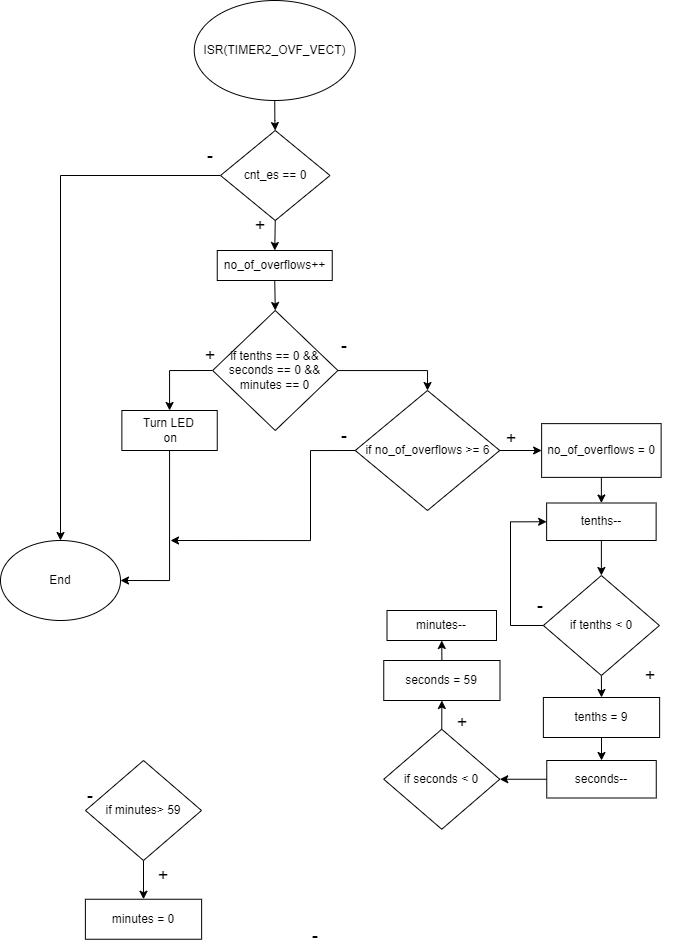
Earlier version of the draw.io export project1/timer.drawio.png (OndraFoltyn/digital-electronics-2). Source tidied: cells renumbered, new cells last; positions are measured from the earlier drawing's top-left corner, leaving out a move shared by most shapes. Its diagram source:
```xml
<mxGraphModel>
  <root>
    <mxCell id="0" />
    <mxCell id="1" parent="0" />
    <mxCell id="2" style="edgeStyle=orthogonalEdgeStyle;rounded=0;jettySize=auto;html=1;" parent="1" edge="1" source="3" target="6">
      <mxGeometry relative="1" as="geometry" />
    </mxCell>
    <mxCell id="3" value="ISR(TIMER2_OVF_VECT)" style="ellipse;whiteSpace=wrap;html=1;" parent="1" vertex="1">
      <mxGeometry x="193.8" width="161" height="100" as="geometry" />
    </mxCell>
    <mxCell id="4" style="edgeStyle=orthogonalEdgeStyle;rounded=0;jettySize=auto;html=1;exitX=0;exitY=0.5;exitDx=0;exitDy=0;" parent="1" edge="1" source="6" target="12">
      <mxGeometry relative="1" as="geometry" />
    </mxCell>
    <mxCell id="5" style="edgeStyle=orthogonalEdgeStyle;rounded=0;jettySize=auto;html=1;exitX=0.5;exitY=1;exitDx=0;exitDy=0;entryX=0.5;entryY=0;entryDx=0;entryDy=0;" parent="1" edge="1" source="6" target="8">
      <mxGeometry relative="1" as="geometry" />
    </mxCell>
    <mxCell id="6" value="cnt_es == 0" style="rhombus;whiteSpace=wrap;html=1;" parent="1" vertex="1">
      <mxGeometry x="220" y="130" width="109.5" height="90" as="geometry" />
    </mxCell>
    <mxCell id="7" style="edgeStyle=orthogonalEdgeStyle;rounded=0;jettySize=auto;html=1;exitX=0.5;exitY=1;exitDx=0;exitDy=0;entryX=0.5;entryY=0;entryDx=0;entryDy=0;" parent="1" edge="1" source="8" target="44">
      <mxGeometry relative="1" as="geometry" />
    </mxCell>
    <mxCell id="8" value="no_of_overflows++" style="whiteSpace=wrap;html=1;" parent="1" vertex="1">
      <mxGeometry x="216.8" y="250" width="115" height="30" as="geometry" />
    </mxCell>
    <mxCell id="9" style="edgeStyle=orthogonalEdgeStyle;rounded=0;jettySize=auto;html=1;exitX=0;exitY=0.5;exitDx=0;exitDy=0;" parent="1" edge="1" source="11">
      <mxGeometry relative="1" as="geometry">
        <mxPoint x="170" y="540" as="targetPoint" />
        <Array as="points">
          <mxPoint x="310" y="450" />
          <mxPoint x="310" y="540" />
        </Array>
      </mxGeometry>
    </mxCell>
    <mxCell id="10" style="edgeStyle=orthogonalEdgeStyle;rounded=0;jettySize=auto;html=1;exitX=1;exitY=0.5;exitDx=0;exitDy=0;entryX=0;entryY=0.5;entryDx=0;entryDy=0;" parent="1" edge="1" source="11" target="18">
      <mxGeometry relative="1" as="geometry" />
    </mxCell>
    <mxCell id="11" value="if no_of_overflows &amp;gt;= 6" style="rhombus;whiteSpace=wrap;html=1;" parent="1" vertex="1">
      <mxGeometry x="354.8" y="390" width="144.5" height="120" as="geometry" />
    </mxCell>
    <mxCell id="12" value="End" style="ellipse;whiteSpace=wrap;html=1;" parent="1" vertex="1">
      <mxGeometry y="540" width="120" height="80" as="geometry" />
    </mxCell>
    <mxCell id="13" value="&lt;font style=&quot;font-size: 18px;&quot;&gt;-&lt;/font&gt;" style="text;html=1;strokeColor=none;fillColor=none;align=center;verticalAlign=middle;whiteSpace=wrap;rounded=0;" parent="1" vertex="1">
      <mxGeometry x="180" y="140" width="60" height="30" as="geometry" />
    </mxCell>
    <mxCell id="14" value="&lt;font style=&quot;font-size: 18px;&quot;&gt;-&lt;/font&gt;" style="text;html=1;strokeColor=none;fillColor=none;align=center;verticalAlign=middle;whiteSpace=wrap;rounded=0;" parent="1" vertex="1">
      <mxGeometry x="314" y="420" width="60" height="30" as="geometry" />
    </mxCell>
    <mxCell id="15" value="&lt;font style=&quot;font-size: 18px;&quot;&gt;+&lt;/font&gt;" style="text;html=1;strokeColor=none;fillColor=none;align=center;verticalAlign=middle;whiteSpace=wrap;rounded=0;" parent="1" vertex="1">
      <mxGeometry x="230" y="210" width="60" height="30" as="geometry" />
    </mxCell>
    <mxCell id="16" value="&lt;font style=&quot;font-size: 18px;&quot;&gt;+&lt;/font&gt;" style="text;html=1;strokeColor=none;fillColor=none;align=center;verticalAlign=middle;whiteSpace=wrap;rounded=0;" parent="1" vertex="1">
      <mxGeometry x="481.1" y="423.1" width="60" height="30" as="geometry" />
    </mxCell>
    <mxCell id="17" style="edgeStyle=orthogonalEdgeStyle;rounded=0;jettySize=auto;html=1;exitX=0.5;exitY=1;exitDx=0;exitDy=0;entryX=0.5;entryY=0;entryDx=0;entryDy=0;" parent="1" edge="1" source="18" target="20">
      <mxGeometry relative="1" as="geometry" />
    </mxCell>
    <mxCell id="18" value="no_of_overflows = 0" style="whiteSpace=wrap;html=1;" parent="1" vertex="1">
      <mxGeometry x="541.1" y="423.1" width="119.5" height="53.8" as="geometry" />
    </mxCell>
    <mxCell id="19" style="edgeStyle=orthogonalEdgeStyle;rounded=0;jettySize=auto;html=1;exitX=0.5;exitY=1;exitDx=0;exitDy=0;entryX=0.5;entryY=0;entryDx=0;entryDy=0;" parent="1" edge="1" source="20" target="23">
      <mxGeometry relative="1" as="geometry" />
    </mxCell>
    <mxCell id="20" value="tenths--" style="whiteSpace=wrap;html=1;" parent="1" vertex="1">
      <mxGeometry x="546.1" y="502.5" width="109.5" height="37.5" as="geometry" />
    </mxCell>
    <mxCell id="21" style="edgeStyle=orthogonalEdgeStyle;rounded=0;jettySize=auto;html=1;exitX=0.5;exitY=1;exitDx=0;exitDy=0;entryX=0.5;entryY=0;entryDx=0;entryDy=0;" parent="1" edge="1" source="23" target="26">
      <mxGeometry relative="1" as="geometry" />
    </mxCell>
    <mxCell id="22" style="edgeStyle=orthogonalEdgeStyle;rounded=0;jettySize=auto;html=1;exitX=0;exitY=0.5;exitDx=0;exitDy=0;entryX=0;entryY=0.5;entryDx=0;entryDy=0;" parent="1" edge="1" source="23" target="20">
      <mxGeometry relative="1" as="geometry">
        <Array as="points">
          <mxPoint x="510" y="625" />
          <mxPoint x="510" y="521" />
        </Array>
      </mxGeometry>
    </mxCell>
    <mxCell id="23" value="if tenths &amp;lt; 0" style="rhombus;whiteSpace=wrap;html=1;rounded=0;" parent="1" vertex="1">
      <mxGeometry x="542.9" y="575" width="116" height="100" as="geometry" />
    </mxCell>
    <mxCell id="24" value="&lt;font style=&quot;font-size: 18px;&quot;&gt;-&lt;/font&gt;" style="text;html=1;strokeColor=none;fillColor=none;align=center;verticalAlign=middle;whiteSpace=wrap;rounded=0;" parent="1" vertex="1">
      <mxGeometry x="510" y="590" width="60" height="30" as="geometry" />
    </mxCell>
    <mxCell id="25" style="edgeStyle=orthogonalEdgeStyle;rounded=0;jettySize=auto;html=1;exitX=0.5;exitY=1;exitDx=0;exitDy=0;entryX=0.5;entryY=0;entryDx=0;entryDy=0;" parent="1" edge="1" source="26" target="28">
      <mxGeometry relative="1" as="geometry" />
    </mxCell>
    <mxCell id="26" value="tenths = 9" style="whiteSpace=wrap;html=1;rounded=0;" parent="1" vertex="1">
      <mxGeometry x="542.9" y="697" width="116.2" height="40" as="geometry" />
    </mxCell>
    <mxCell id="27" style="edgeStyle=orthogonalEdgeStyle;rounded=0;jettySize=auto;html=1;exitX=0;exitY=0.5;exitDx=0;exitDy=0;entryX=1;entryY=0.5;entryDx=0;entryDy=0;" parent="1" edge="1" source="28" target="30">
      <mxGeometry relative="1" as="geometry" />
    </mxCell>
    <mxCell id="28" value="seconds--" style="whiteSpace=wrap;html=1;" parent="1" vertex="1">
      <mxGeometry x="546.3" y="760" width="109.5" height="37.5" as="geometry" />
    </mxCell>
    <mxCell id="29" style="edgeStyle=orthogonalEdgeStyle;rounded=0;jettySize=auto;html=1;exitX=0.5;exitY=0;exitDx=0;exitDy=0;entryX=0.5;entryY=1;entryDx=0;entryDy=0;" parent="1" edge="1" source="30" target="32">
      <mxGeometry relative="1" as="geometry" />
    </mxCell>
    <mxCell id="30" value="if seconds &amp;lt; 0" style="rhombus;whiteSpace=wrap;html=1;rounded=0;" parent="1" vertex="1">
      <mxGeometry x="383.2" y="728.8" width="116" height="100" as="geometry" />
    </mxCell>
    <mxCell id="31" style="edgeStyle=orthogonalEdgeStyle;rounded=0;jettySize=auto;html=1;exitX=0.5;exitY=0;exitDx=0;exitDy=0;entryX=0.5;entryY=1;entryDx=0;entryDy=0;" parent="1" edge="1" source="32" target="33">
      <mxGeometry relative="1" as="geometry" />
    </mxCell>
    <mxCell id="32" value="seconds = 59" style="whiteSpace=wrap;html=1;rounded=0;" parent="1" vertex="1">
      <mxGeometry x="383.2" y="660" width="116.2" height="40" as="geometry" />
    </mxCell>
    <mxCell id="33" value="minutes--" style="whiteSpace=wrap;html=1;" parent="1" vertex="1">
      <mxGeometry x="386.5" y="610" width="109.5" height="30" as="geometry" />
    </mxCell>
    <mxCell id="34" style="edgeStyle=orthogonalEdgeStyle;rounded=0;jettySize=auto;html=1;exitX=0.5;exitY=1;exitDx=0;exitDy=0;entryX=0.5;entryY=0;entryDx=0;entryDy=0;fontSize=18;" parent="1" edge="1" source="35" target="36">
      <mxGeometry relative="1" as="geometry" />
    </mxCell>
    <mxCell id="35" value="if minutes&amp;gt; 59" style="rhombus;whiteSpace=wrap;html=1;rounded=0;" parent="1" vertex="1">
      <mxGeometry x="85" y="760" width="116" height="100" as="geometry" />
    </mxCell>
    <mxCell id="36" value="minutes&amp;nbsp;= 0" style="whiteSpace=wrap;html=1;rounded=0;" parent="1" vertex="1">
      <mxGeometry x="84.9" y="898.8" width="116.2" height="40" as="geometry" />
    </mxCell>
    <mxCell id="37" value="&lt;font style=&quot;font-size: 18px;&quot;&gt;-&lt;/font&gt;" style="text;html=1;strokeColor=none;fillColor=none;align=center;verticalAlign=middle;whiteSpace=wrap;rounded=0;" parent="1" vertex="1">
      <mxGeometry x="284.8" y="920" width="60" height="30" as="geometry" />
    </mxCell>
    <mxCell id="38" value="&lt;font style=&quot;font-size: 18px;&quot;&gt;-&lt;/font&gt;" style="text;html=1;strokeColor=none;fillColor=none;align=center;verticalAlign=middle;whiteSpace=wrap;rounded=0;" parent="1" vertex="1">
      <mxGeometry x="60" y="780" width="60" height="30" as="geometry" />
    </mxCell>
    <mxCell id="39" value="&lt;font style=&quot;font-size: 18px;&quot;&gt;+&lt;/font&gt;" style="text;html=1;strokeColor=none;fillColor=none;align=center;verticalAlign=middle;whiteSpace=wrap;rounded=0;" parent="1" vertex="1">
      <mxGeometry x="620" y="660" width="60" height="30" as="geometry" />
    </mxCell>
    <mxCell id="40" value="&lt;font style=&quot;font-size: 18px;&quot;&gt;+&lt;/font&gt;" style="text;html=1;strokeColor=none;fillColor=none;align=center;verticalAlign=middle;whiteSpace=wrap;rounded=0;" parent="1" vertex="1">
      <mxGeometry x="430" y="707" width="64" height="30" as="geometry" />
    </mxCell>
    <mxCell id="41" value="&lt;font style=&quot;font-size: 18px;&quot;&gt;+&lt;/font&gt;" style="text;html=1;strokeColor=none;fillColor=none;align=center;verticalAlign=middle;whiteSpace=wrap;rounded=0;" parent="1" vertex="1">
      <mxGeometry x="132.5" y="860" width="60" height="30" as="geometry" />
    </mxCell>
    <mxCell id="42" style="edgeStyle=orthogonalEdgeStyle;rounded=0;jettySize=auto;html=1;exitX=0;exitY=0.5;exitDx=0;exitDy=0;entryX=0.5;entryY=0;entryDx=0;entryDy=0;" parent="1" edge="1" source="44" target="46">
      <mxGeometry relative="1" as="geometry" />
    </mxCell>
    <mxCell id="43" style="edgeStyle=orthogonalEdgeStyle;rounded=0;jettySize=auto;html=1;entryX=0.5;entryY=0;entryDx=0;entryDy=0;" parent="1" edge="1" source="44" target="11">
      <mxGeometry relative="1" as="geometry" />
    </mxCell>
    <mxCell id="44" value="if tenths == 0 &amp;amp;&amp;amp; seconds == 0 &amp;amp;&amp;amp; minutes == 0" style="rhombus;whiteSpace=wrap;html=1;" parent="1" vertex="1">
      <mxGeometry x="212.1" y="310" width="125.2" height="120" as="geometry" />
    </mxCell>
    <mxCell id="45" style="edgeStyle=orthogonalEdgeStyle;rounded=0;jettySize=auto;html=1;exitX=0.5;exitY=1;exitDx=0;exitDy=0;entryX=1;entryY=0.5;entryDx=0;entryDy=0;" parent="1" edge="1" source="46" target="12">
      <mxGeometry relative="1" as="geometry" />
    </mxCell>
    <mxCell id="46" value="Turn LED&lt;br&gt;&amp;nbsp;on" style="rounded=0;whiteSpace=wrap;html=1;" parent="1" vertex="1">
      <mxGeometry x="121.4" y="410" width="95.4" height="40" as="geometry" />
    </mxCell>
    <mxCell id="47" value="&lt;font style=&quot;font-size: 18px;&quot;&gt;+&lt;/font&gt;" style="text;html=1;strokeColor=none;fillColor=none;align=center;verticalAlign=middle;whiteSpace=wrap;rounded=0;" parent="1" vertex="1">
      <mxGeometry x="180" y="340" width="60" height="30" as="geometry" />
    </mxCell>
    <mxCell id="48" value="&lt;font style=&quot;font-size: 18px;&quot;&gt;-&lt;/font&gt;" style="text;html=1;strokeColor=none;fillColor=none;align=center;verticalAlign=middle;whiteSpace=wrap;rounded=0;" parent="1" vertex="1">
      <mxGeometry x="314" y="330" width="60" height="30" as="geometry" />
    </mxCell>
  </root>
</mxGraphModel>
```
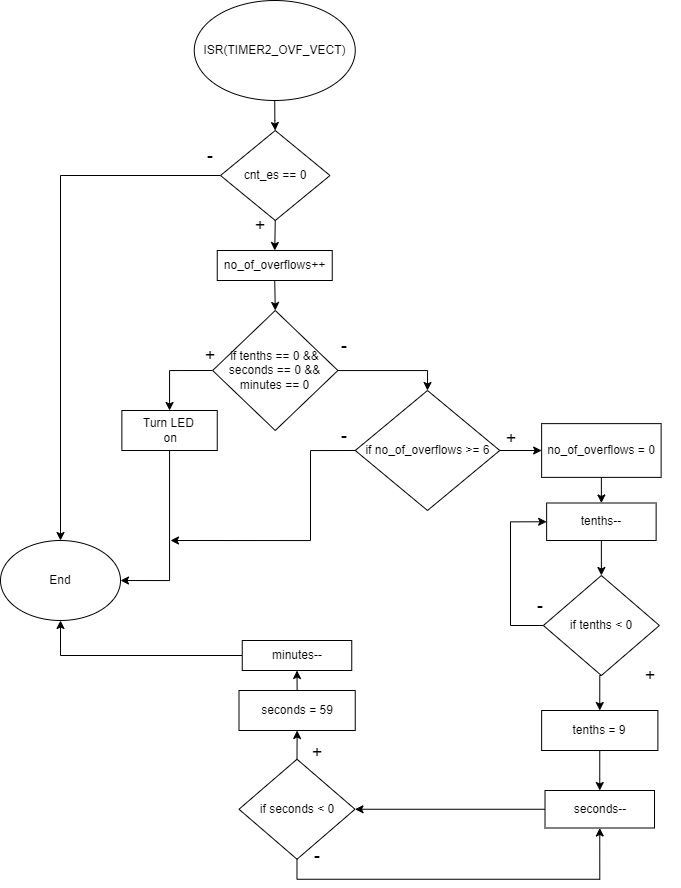
Above is the later version.

The edit, as a diff of the source:
```diff
@@ -86,53 +86,44 @@
       <mxGeometry relative="1" as="geometry" />
     </mxCell>
     <mxCell id="26" value="tenths = 9" style="whiteSpace=wrap;html=1;rounded=0;" parent="1" vertex="1">
-      <mxGeometry x="542.9" y="697" width="116.2" height="40" as="geometry" />
+      <mxGeometry x="541.1" y="710" width="116.2" height="40" as="geometry" />
     </mxCell>
     <mxCell id="27" style="edgeStyle=orthogonalEdgeStyle;rounded=0;jettySize=auto;html=1;exitX=0;exitY=0.5;exitDx=0;exitDy=0;entryX=1;entryY=0.5;entryDx=0;entryDy=0;" parent="1" edge="1" source="28" target="30">
       <mxGeometry relative="1" as="geometry" />
     </mxCell>
     <mxCell id="28" value="seconds--" style="whiteSpace=wrap;html=1;" parent="1" vertex="1">
-      <mxGeometry x="546.3" y="760" width="109.5" height="37.5" as="geometry" />
+      <mxGeometry x="544.5" y="790" width="109.5" height="37.5" as="geometry" />
     </mxCell>
     <mxCell id="29" style="edgeStyle=orthogonalEdgeStyle;rounded=0;jettySize=auto;html=1;exitX=0.5;exitY=0;exitDx=0;exitDy=0;entryX=0.5;entryY=1;entryDx=0;entryDy=0;" parent="1" edge="1" source="30" target="32">
       <mxGeometry relative="1" as="geometry" />
     </mxCell>
+    <mxCell id="49" style="edgeStyle=orthogonalEdgeStyle;rounded=0;jettySize=auto;html=1;exitX=0.5;exitY=1;exitDx=0;exitDy=0;entryX=0.5;entryY=1;entryDx=0;entryDy=0;" parent="1" edge="1" source="30" target="28">
+      <mxGeometry relative="1" as="geometry" />
+    </mxCell>
     <mxCell id="30" value="if seconds &amp;lt; 0" style="rhombus;whiteSpace=wrap;html=1;rounded=0;" parent="1" vertex="1">
-      <mxGeometry x="383.2" y="728.8" width="116" height="100" as="geometry" />
+      <mxGeometry x="238.5" y="758.8" width="116" height="100" as="geometry" />
     </mxCell>
     <mxCell id="31" style="edgeStyle=orthogonalEdgeStyle;rounded=0;jettySize=auto;html=1;exitX=0.5;exitY=0;exitDx=0;exitDy=0;entryX=0.5;entryY=1;entryDx=0;entryDy=0;" parent="1" edge="1" source="32" target="33">
       <mxGeometry relative="1" as="geometry" />
     </mxCell>
     <mxCell id="32" value="seconds = 59" style="whiteSpace=wrap;html=1;rounded=0;" parent="1" vertex="1">
-      <mxGeometry x="383.2" y="660" width="116.2" height="40" as="geometry" />
+      <mxGeometry x="238.5" y="690" width="116.2" height="40" as="geometry" />
     </mxCell>
+    <mxCell id="50" style="edgeStyle=orthogonalEdgeStyle;rounded=0;jettySize=auto;html=1;exitX=0;exitY=0.5;exitDx=0;exitDy=0;entryX=0.5;entryY=1;entryDx=0;entryDy=0;" parent="1" edge="1" source="33" target="12">
+      <mxGeometry relative="1" as="geometry" />
+    </mxCell>
     <mxCell id="33" value="minutes--" style="whiteSpace=wrap;html=1;" parent="1" vertex="1">
-      <mxGeometry x="386.5" y="610" width="109.5" height="30" as="geometry" />
+      <mxGeometry x="241.8" y="640" width="109.5" height="30" as="geometry" />
     </mxCell>
-    <mxCell id="34" style="edgeStyle=orthogonalEdgeStyle;rounded=0;jettySize=auto;html=1;exitX=0.5;exitY=1;exitDx=0;exitDy=0;entryX=0.5;entryY=0;entryDx=0;entryDy=0;fontSize=18;" parent="1" edge="1" source="35" target="36">
-      <mxGeometry relative="1" as="geometry" />
-    </mxCell>
-    <mxCell id="35" value="if minutes&amp;gt; 59" style="rhombus;whiteSpace=wrap;html=1;rounded=0;" parent="1" vertex="1">
-      <mxGeometry x="85" y="760" width="116" height="100" as="geometry" />
-    </mxCell>
-    <mxCell id="36" value="minutes&amp;nbsp;= 0" style="whiteSpace=wrap;html=1;rounded=0;" parent="1" vertex="1">
-      <mxGeometry x="84.9" y="898.8" width="116.2" height="40" as="geometry" />
-    </mxCell>
     <mxCell id="37" value="&lt;font style=&quot;font-size: 18px;&quot;&gt;-&lt;/font&gt;" style="text;html=1;strokeColor=none;fillColor=none;align=center;verticalAlign=middle;whiteSpace=wrap;rounded=0;" parent="1" vertex="1">
-      <mxGeometry x="284.8" y="920" width="60" height="30" as="geometry" />
+      <mxGeometry x="287.2" y="840" width="60" height="30" as="geometry" />
     </mxCell>
-    <mxCell id="38" value="&lt;font style=&quot;font-size: 18px;&quot;&gt;-&lt;/font&gt;" style="text;html=1;strokeColor=none;fillColor=none;align=center;verticalAlign=middle;whiteSpace=wrap;rounded=0;" parent="1" vertex="1">
-      <mxGeometry x="60" y="780" width="60" height="30" as="geometry" />
-    </mxCell>
     <mxCell id="39" value="&lt;font style=&quot;font-size: 18px;&quot;&gt;+&lt;/font&gt;" style="text;html=1;strokeColor=none;fillColor=none;align=center;verticalAlign=middle;whiteSpace=wrap;rounded=0;" parent="1" vertex="1">
       <mxGeometry x="620" y="660" width="60" height="30" as="geometry" />
     </mxCell>
     <mxCell id="40" value="&lt;font style=&quot;font-size: 18px;&quot;&gt;+&lt;/font&gt;" style="text;html=1;strokeColor=none;fillColor=none;align=center;verticalAlign=middle;whiteSpace=wrap;rounded=0;" parent="1" vertex="1">
-      <mxGeometry x="430" y="707" width="64" height="30" as="geometry" />
+      <mxGeometry x="285.2" y="737" width="64" height="30" as="geometry" />
     </mxCell>
-    <mxCell id="41" value="&lt;font style=&quot;font-size: 18px;&quot;&gt;+&lt;/font&gt;" style="text;html=1;strokeColor=none;fillColor=none;align=center;verticalAlign=middle;whiteSpace=wrap;rounded=0;" parent="1" vertex="1">
-      <mxGeometry x="132.5" y="860" width="60" height="30" as="geometry" />
-    </mxCell>
     <mxCell id="42" style="edgeStyle=orthogonalEdgeStyle;rounded=0;jettySize=auto;html=1;exitX=0;exitY=0.5;exitDx=0;exitDy=0;entryX=0.5;entryY=0;entryDx=0;entryDy=0;" parent="1" edge="1" source="44" target="46">
       <mxGeometry relative="1" as="geometry" />
     </mxCell>
```
